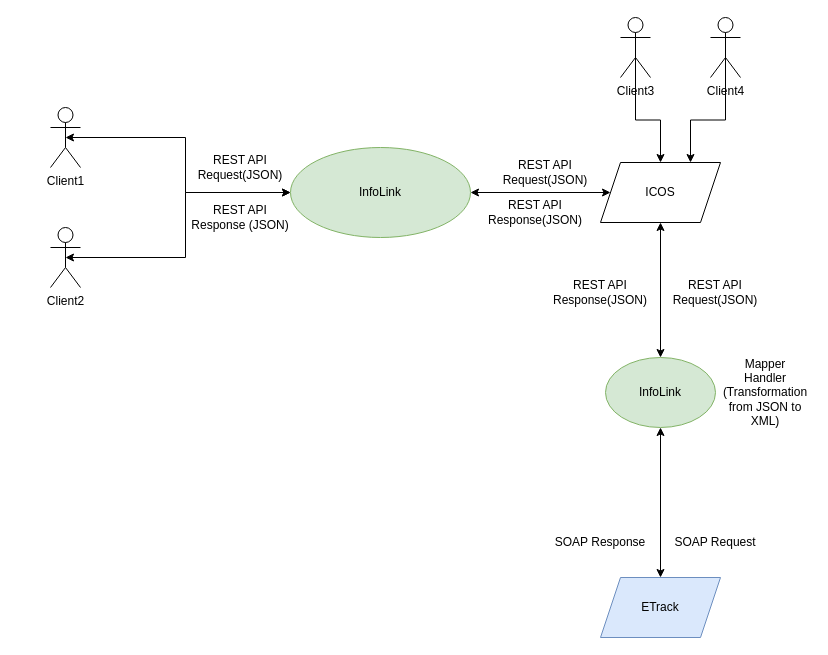
This is Untitled Diagram.drawio from jassirwani/posta-mind-mapping, a draw.io file, before an edit. Source tidied: cells renumbered, new cells numbered last; positions are measured from the earlier drawing's top-left corner, leaving out a move shared by most shapes. Both pictures are drawn from the tidied source at 100%, with x=0, y=0 at pixel (50, 17).
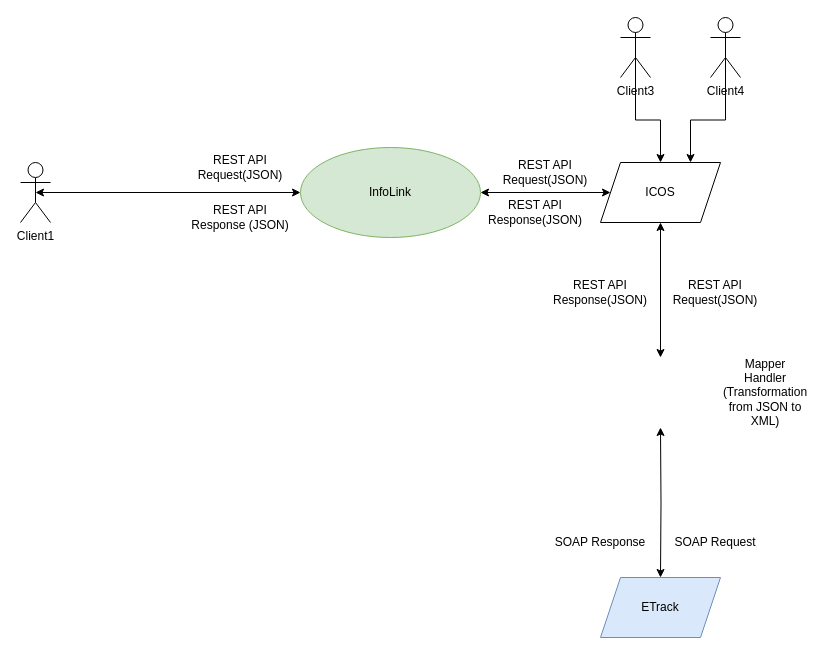
The same diagram, later.

Unchanged cells that the change refers to:
```xml
<mxCell id="8" value="ETrack" style="shape=parallelogram;perimeter=parallelogramPerimeter;whiteSpace=wrap;html=1;fixedSize=1;fillColor=#dae8fc;strokeColor=#6c8ebf;" parent="1" vertex="1">
  <mxGeometry x="550" y="560" width="120" height="60" as="geometry" />
</mxCell>
<mxCell id="15" value="ICOS" style="shape=parallelogram;perimeter=parallelogramPerimeter;whiteSpace=wrap;html=1;fixedSize=1;" parent="1" vertex="1">
  <mxGeometry x="550" y="145" width="120" height="60" as="geometry" />
</mxCell>
```

Diff of the diagram source:
```diff
@@
     <mxCell id="3" value="Client1" style="shape=umlActor;verticalLabelPosition=bottom;verticalAlign=top;html=1;outlineConnect=0;" parent="1" vertex="1">
-      <mxGeometry y="90" width="30" height="60" as="geometry" />
+      <mxGeometry x="-30" y="145" width="30" height="60" as="geometry" />
     </mxCell>
-    <mxCell id="4" style="edgeStyle=orthogonalEdgeStyle;rounded=0;jettySize=auto;html=1;exitX=0.5;exitY=0.5;exitDx=0;exitDy=0;exitPerimeter=0;entryX=0;entryY=0.5;entryDx=0;entryDy=0;startArrow=classic;startFill=1;" parent="1" edge="1" source="5" target="7">
-      <mxGeometry relative="1" as="geometry" />
-    </mxCell>
-    <mxCell id="5" value="Client2" style="shape=umlActor;verticalLabelPosition=bottom;verticalAlign=top;html=1;outlineConnect=0;" parent="1" vertex="1">
-      <mxGeometry y="210" width="30" height="60" as="geometry" />
-    </mxCell>
@@
     <mxCell id="7" value="InfoLink" style="ellipse;whiteSpace=wrap;html=1;fillColor=#d5e8d4;strokeColor=#82b366;" parent="1" vertex="1">
-      <mxGeometry x="240" y="130" width="180" height="90" as="geometry" />
+      <mxGeometry x="250" y="130" width="180" height="90" as="geometry" />
     </mxCell>
@@
-    <mxCell id="14" style="edgeStyle=orthogonalEdgeStyle;rounded=0;jettySize=auto;html=1;exitX=0.5;exitY=1;exitDx=0;exitDy=0;entryX=0.5;entryY=0;entryDx=0;entryDy=0;startArrow=classic;startFill=1;" parent="1" edge="1" source="15" target="17">
-      <mxGeometry relative="1" as="geometry" />
+    <mxCell id="14" style="edgeStyle=orthogonalEdgeStyle;rounded=0;jettySize=auto;html=1;exitX=0.5;exitY=1;exitDx=0;exitDy=0;entryX=0.5;entryY=0;entryDx=0;entryDy=0;startArrow=classic;startFill=1;" parent="1" edge="1" source="15">
+      <mxGeometry relative="1" as="geometry">
+        <mxPoint x="610" y="340" as="targetPoint" />
+      </mxGeometry>
     </mxCell>
@@
-    <mxCell id="16" style="edgeStyle=orthogonalEdgeStyle;rounded=0;jettySize=auto;html=1;exitX=0.5;exitY=1;exitDx=0;exitDy=0;entryX=0.5;entryY=0;entryDx=0;entryDy=0;startArrow=classic;startFill=1;" parent="1" edge="1" source="17" target="8">
-      <mxGeometry relative="1" as="geometry" />
+    <mxCell id="16" style="edgeStyle=orthogonalEdgeStyle;rounded=0;jettySize=auto;html=1;exitX=0.5;exitY=1;exitDx=0;exitDy=0;entryX=0.5;entryY=0;entryDx=0;entryDy=0;startArrow=classic;startFill=1;" parent="1" edge="1" target="8">
+      <mxGeometry relative="1" as="geometry">
+        <mxPoint x="610" y="410" as="sourcePoint" />
+      </mxGeometry>
     </mxCell>
-    <mxCell id="17" value="InfoLink" style="ellipse;whiteSpace=wrap;html=1;fillColor=#d5e8d4;strokeColor=#82b366;" parent="1" vertex="1">
-      <mxGeometry x="555" y="340" width="110" height="70" as="geometry" />
-    </mxCell>
```
